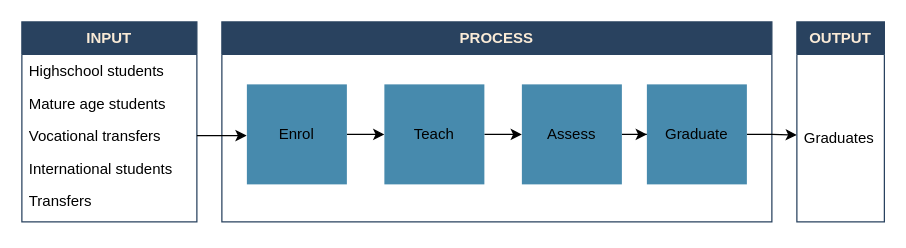
Above: page "ipo" (1 of 5) of assets/docs/posts/2025/sipoc.drawio in Woolfrey/woolfrey.github.io (draw.io), before the change. Source tidied: cells renumbered, new cells numbered last; positions are measured from the earlier drawing's top-left corner, leaving out a move shared by most shapes. Both pictures are drawn from the tidied source at 125%, with x=0, y=0 at pixel (21, 21).
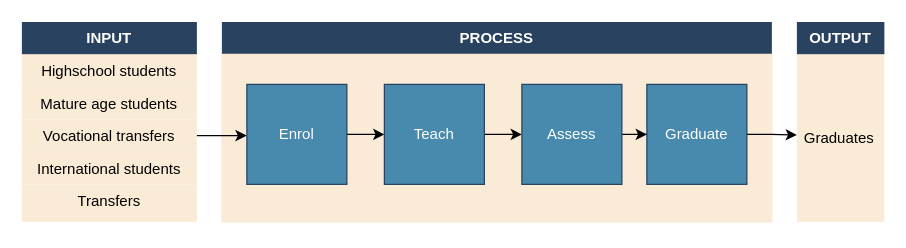
The same diagram, later.

What changed in the source:
```diff
@@
-    <mxCell id="2" value="&lt;b&gt;&lt;font color=&quot;#faebd7&quot;&gt;PROCESS&lt;/font&gt;&lt;/b&gt;" style="swimlane;fontStyle=0;horizontal=1;startSize=26;fillColor=#29425F;whiteSpace=wrap;html=1;strokeColor=#29425F;" parent="1" vertex="1">
+    <mxCell id="2" value="&lt;b&gt;&lt;font color=&quot;#ffffff&quot;&gt;PROCESS&lt;/font&gt;&lt;/b&gt;" style="swimlane;fontStyle=0;horizontal=1;startSize=26;fillColor=#29425F;whiteSpace=wrap;html=1;strokeColor=none;" parent="1" vertex="1">
       <mxGeometry x="160" width="440" height="160" as="geometry" />
     </mxCell>
-    <mxCell id="3" value="&amp;nbsp;" style="text;strokeColor=none;fillColor=none;align=left;verticalAlign=top;spacingLeft=4;spacingRight=4;overflow=hidden;points=[[0,0.5],[1,0.5]];portConstraint=eastwest;whiteSpace=wrap;html=1;" parent="2" vertex="1">
+    <mxCell id="3" value="&amp;nbsp;" style="text;strokeColor=#FAEBD7;fillColor=#FAEBD7;align=left;verticalAlign=top;spacingLeft=4;spacingRight=4;overflow=hidden;points=[[0,0.5],[1,0.5]];portConstraint=eastwest;whiteSpace=wrap;html=1;" parent="2" vertex="1">
       <mxGeometry y="26" width="440" height="134" as="geometry" />
     </mxCell>
@@
-    <mxCell id="5" value="Enrol" style="whiteSpace=wrap;html=1;fillColor=#478AAD;strokeColor=none;" parent="1" vertex="1">
+    <mxCell id="5" value="Enrol" style="whiteSpace=wrap;html=1;fillColor=#478AAD;strokeColor=#29425F;fontColor=#FFFFFF;" parent="1" vertex="1">
       <mxGeometry x="180" y="50" width="80" height="80" as="geometry" />
     </mxCell>
@@
-    <mxCell id="7" value="Teach" style="whiteSpace=wrap;html=1;fillColor=#478AAD;strokeColor=none;" parent="1" vertex="1">
+    <mxCell id="7" value="Teach" style="whiteSpace=wrap;html=1;fillColor=#478AAD;strokeColor=#29425F;fontColor=#FFFFFF;" parent="1" vertex="1">
       <mxGeometry x="290" y="50" width="80" height="80" as="geometry" />
     </mxCell>
@@
-    <mxCell id="9" value="Assess" style="whiteSpace=wrap;html=1;fillColor=#478AAD;strokeColor=none;" parent="1" vertex="1">
+    <mxCell id="9" value="Assess" style="whiteSpace=wrap;html=1;fillColor=#478AAD;strokeColor=#29425F;fontColor=#FFFFFF;" parent="1" vertex="1">
       <mxGeometry x="400" y="50" width="80" height="80" as="geometry" />
     </mxCell>
@@
-    <mxCell id="11" value="Graduate" style="whiteSpace=wrap;html=1;fillColor=#478AAD;strokeColor=none;" parent="1" vertex="1">
+    <mxCell id="11" value="Graduate" style="whiteSpace=wrap;html=1;fillColor=#478AAD;strokeColor=#29425F;fontColor=#FFFFFF;" parent="1" vertex="1">
       <mxGeometry x="500" y="50" width="80" height="80" as="geometry" />
     </mxCell>
-    <mxCell id="12" value="&lt;b&gt;&lt;font color=&quot;#faebd7&quot;&gt;INPUT&lt;/font&gt;&lt;/b&gt;" style="swimlane;fontStyle=0;horizontal=1;startSize=26;fillColor=#29425F;whiteSpace=wrap;html=1;strokeColor=#29425F;" parent="1" vertex="1">
+    <mxCell id="12" value="&lt;b&gt;&lt;font color=&quot;#ffffff&quot;&gt;INPUT&lt;/font&gt;&lt;/b&gt;" style="swimlane;fontStyle=0;horizontal=1;startSize=26;fillColor=#29425F;whiteSpace=wrap;html=1;strokeColor=none;" parent="1" vertex="1">
       <mxGeometry width="140" height="160" as="geometry" />
     </mxCell>
-    <mxCell id="13" value="Highschool students" style="text;strokeColor=none;fillColor=none;align=left;verticalAlign=top;spacingLeft=4;spacingRight=4;overflow=hidden;whiteSpace=wrap;html=1;" parent="12" vertex="1">
+    <mxCell id="13" value="Highschool students" style="text;strokeColor=none;fillColor=#FAEBD7;align=center;verticalAlign=top;spacingLeft=4;spacingRight=4;overflow=hidden;whiteSpace=wrap;html=1;" parent="12" vertex="1">
       <mxGeometry y="26" width="140" height="26" as="geometry" />
     </mxCell>
-    <mxCell id="14" value="Mature age students" style="text;strokeColor=none;fillColor=none;align=left;verticalAlign=top;spacingLeft=4;spacingRight=4;overflow=hidden;whiteSpace=wrap;html=1;" parent="12" vertex="1">
+    <mxCell id="14" value="Mature age students" style="text;strokeColor=none;fillColor=#FAEBD7;align=center;verticalAlign=top;spacingLeft=4;spacingRight=4;overflow=hidden;whiteSpace=wrap;html=1;" parent="12" vertex="1">
       <mxGeometry y="52" width="140" height="26" as="geometry" />
     </mxCell>
-    <mxCell id="15" value="Vocational transfers" style="text;strokeColor=none;fillColor=none;align=left;verticalAlign=top;spacingLeft=4;spacingRight=4;overflow=hidden;points=[[0,0.5],[1,0.5]];portConstraint=eastwest;whiteSpace=wrap;html=1;" parent="12" vertex="1">
+    <mxCell id="15" value="Vocational transfers" style="text;strokeColor=none;fillColor=#FAEBD7;align=center;verticalAlign=top;spacingLeft=4;spacingRight=4;overflow=hidden;points=[[0,0.5],[1,0.5]];portConstraint=eastwest;whiteSpace=wrap;html=1;" parent="12" vertex="1">
       <mxGeometry y="78" width="140" height="26" as="geometry" />
     </mxCell>
-    <mxCell id="16" value="International students" style="text;strokeColor=none;fillColor=none;align=left;verticalAlign=top;spacingLeft=4;spacingRight=4;overflow=hidden;whiteSpace=wrap;html=1;" parent="12" vertex="1">
+    <mxCell id="16" value="International students" style="text;strokeColor=none;fillColor=#FAEBD7;align=center;verticalAlign=top;spacingLeft=4;spacingRight=4;overflow=hidden;whiteSpace=wrap;html=1;" parent="12" vertex="1">
       <mxGeometry y="104" width="140" height="26" as="geometry" />
     </mxCell>
-    <mxCell id="17" value="Transfers" style="text;strokeColor=none;fillColor=none;align=left;verticalAlign=top;spacingLeft=4;spacingRight=4;overflow=hidden;whiteSpace=wrap;html=1;" parent="12" vertex="1">
+    <mxCell id="17" value="Transfers" style="text;strokeColor=none;fillColor=#FAEBD7;align=center;verticalAlign=top;spacingLeft=4;spacingRight=4;overflow=hidden;whiteSpace=wrap;html=1;" parent="12" vertex="1">
       <mxGeometry y="130" width="140" height="30" as="geometry" />
     </mxCell>
-    <mxCell id="18" value="&lt;b&gt;&lt;font color=&quot;#faebd7&quot;&gt;OUTPUT&lt;/font&gt;&lt;/b&gt;" style="swimlane;fontStyle=0;horizontal=1;startSize=26;fillColor=#29425F;whiteSpace=wrap;html=1;strokeColor=#29425F;" parent="1" vertex="1">
+    <mxCell id="18" value="&lt;b&gt;&lt;font color=&quot;#ffffff&quot;&gt;OUTPUT&lt;/font&gt;&lt;/b&gt;" style="swimlane;fontStyle=0;horizontal=1;startSize=26;fillColor=#29425F;whiteSpace=wrap;html=1;strokeColor=none;" parent="1" vertex="1">
       <mxGeometry x="620" width="70" height="160" as="geometry" />
     </mxCell>
-    <mxCell id="19" value="Graduates" style="text;strokeColor=none;fillColor=none;align=left;verticalAlign=middle;spacingLeft=4;spacingRight=4;overflow=hidden;points=[[0,0.5],[1,0.5]];portConstraint=eastwest;whiteSpace=wrap;html=1;" parent="18" vertex="1">
+    <mxCell id="19" value="Graduates" style="text;strokeColor=none;fillColor=#FAEBD7;align=left;verticalAlign=middle;spacingLeft=4;spacingRight=4;overflow=hidden;points=[[0,0.5],[1,0.5]];portConstraint=eastwest;whiteSpace=wrap;html=1;" parent="18" vertex="1">
       <mxGeometry y="26" width="70" height="134" as="geometry" />
     </mxCell>
```
